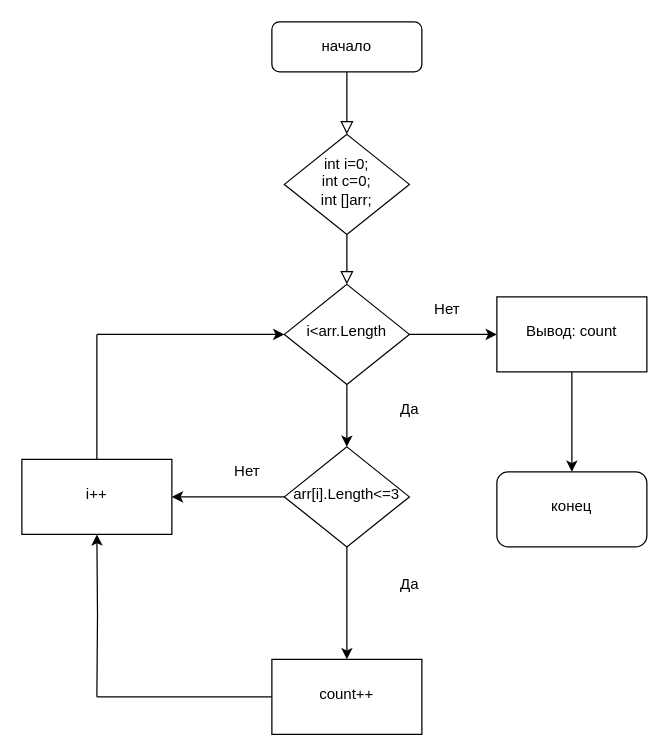
iaderenok/-_22 keeps this draw.io diagram as итоговый проект_2.drawio. Above is the earlier version. Source tidied: cells renumbered, new cells numbered last; positions are measured from the earlier drawing's top-left corner, leaving out a move shared by most shapes. Both pictures are drawn from the tidied source at 125%, with x=0, y=0 at pixel (21, 21).
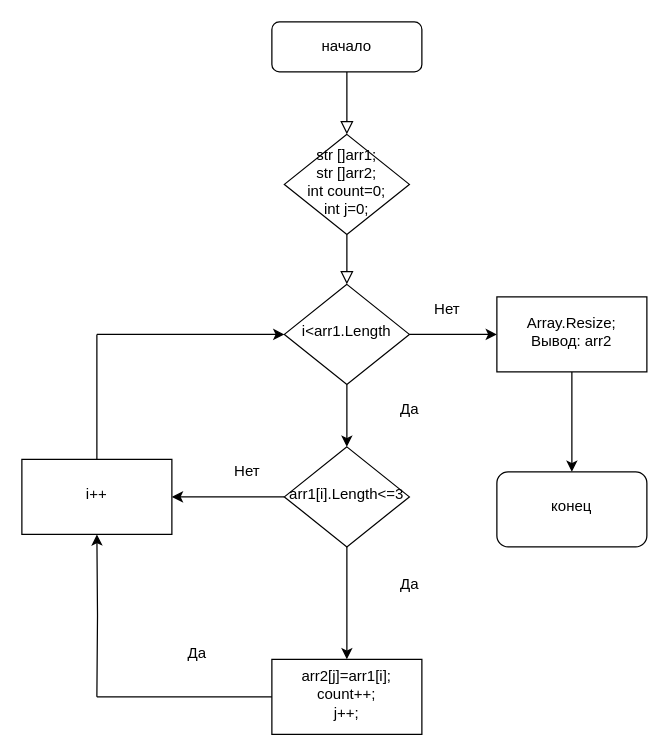
The same page after the edit.

The edit, as a diff of the source:
```diff
@@
-    <mxCell id="5" value="int i=0;&lt;br&gt;int c=0;&lt;br&gt;int []arr;" style="rhombus;whiteSpace=wrap;html=1;shadow=0;fontFamily=Helvetica;fontSize=12;align=center;strokeWidth=1;spacing=6;spacingTop=-4;" parent="1" vertex="1">
+    <mxCell id="5" value="str []arr1;&lt;br&gt;str []arr2;&lt;br&gt;int count=0;&lt;br&gt;int j=0;" style="rhombus;whiteSpace=wrap;html=1;shadow=0;fontFamily=Helvetica;fontSize=12;align=center;strokeWidth=1;spacing=6;spacingTop=-4;" parent="1" vertex="1">
       <mxGeometry x="210" y="90" width="100" height="80" as="geometry" />
     </mxCell>
@@
-    <mxCell id="8" value="i&amp;lt;arr.Length" style="rhombus;whiteSpace=wrap;html=1;shadow=0;fontFamily=Helvetica;fontSize=12;align=center;strokeWidth=1;spacing=6;spacingTop=-4;" parent="1" vertex="1">
+    <mxCell id="8" value="i&amp;lt;arr1.Length" style="rhombus;whiteSpace=wrap;html=1;shadow=0;fontFamily=Helvetica;fontSize=12;align=center;strokeWidth=1;spacing=6;spacingTop=-4;" parent="1" vertex="1">
       <mxGeometry x="210" y="210" width="100" height="80" as="geometry" />
     </mxCell>
@@
-    <mxCell id="11" value="arr[i].Length&amp;lt;=3" style="rhombus;whiteSpace=wrap;html=1;shadow=0;fontFamily=Helvetica;fontSize=12;align=center;strokeWidth=1;spacing=6;spacingTop=-4;" parent="1" vertex="1">
+    <mxCell id="11" value="arr1[i].Length&amp;lt;=3" style="rhombus;whiteSpace=wrap;html=1;shadow=0;fontFamily=Helvetica;fontSize=12;align=center;strokeWidth=1;spacing=6;spacingTop=-4;" parent="1" vertex="1">
       <mxGeometry x="210" y="340" width="100" height="80" as="geometry" />
     </mxCell>
@@
-    <mxCell id="13" value="count++" style="whiteSpace=wrap;html=1;shadow=0;strokeWidth=1;spacing=6;spacingTop=-4;" parent="1" vertex="1">
+    <mxCell id="13" value="arr2[j]=arr1[i];&lt;br&gt;count++;&lt;br&gt;j++;" style="whiteSpace=wrap;html=1;shadow=0;strokeWidth=1;spacing=6;spacingTop=-4;" parent="1" vertex="1">
       <mxGeometry x="200" y="510" width="120" height="60" as="geometry" />
     </mxCell>
@@
-    <mxCell id="21" value="Вывод: count" style="whiteSpace=wrap;html=1;shadow=0;strokeWidth=1;spacing=6;spacingTop=-4;" parent="1" vertex="1">
+    <mxCell id="21" value="Array.Resize;&lt;br&gt;Вывод: arr2" style="whiteSpace=wrap;html=1;shadow=0;strokeWidth=1;spacing=6;spacingTop=-4;" parent="1" vertex="1">
       <mxGeometry x="380" y="220" width="120" height="60" as="geometry" />
     </mxCell>
@@
+    <mxCell id="25" value="Да" style="text;html=1;align=center;verticalAlign=middle;strokeColor=none;fillColor=none;" parent="1" vertex="1">
+      <mxGeometry x="120" y="490" width="40" height="30" as="geometry" />
+    </mxCell>
```
